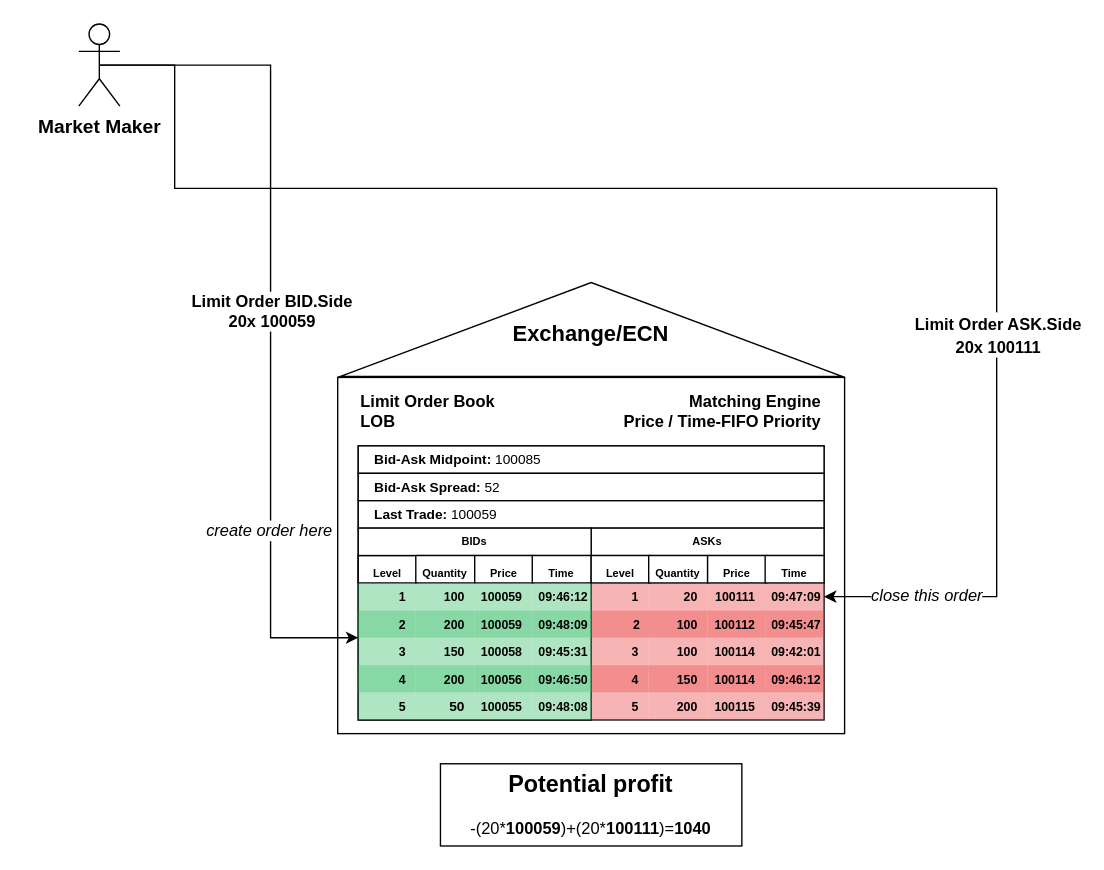
Above: page "Page-4" (4 of 4) of Diagrams/MarketMaker.drawio in phelstab/research-reference-markets-dynamics (draw.io), before the change. Source tidied: cells renumbered, new cells numbered last; positions are measured from the earlier drawing's top-left corner, leaving out a move shared by most shapes. Both pictures are drawn from the tidied source at 137%, with x=0, y=0 at pixel (78, 23).
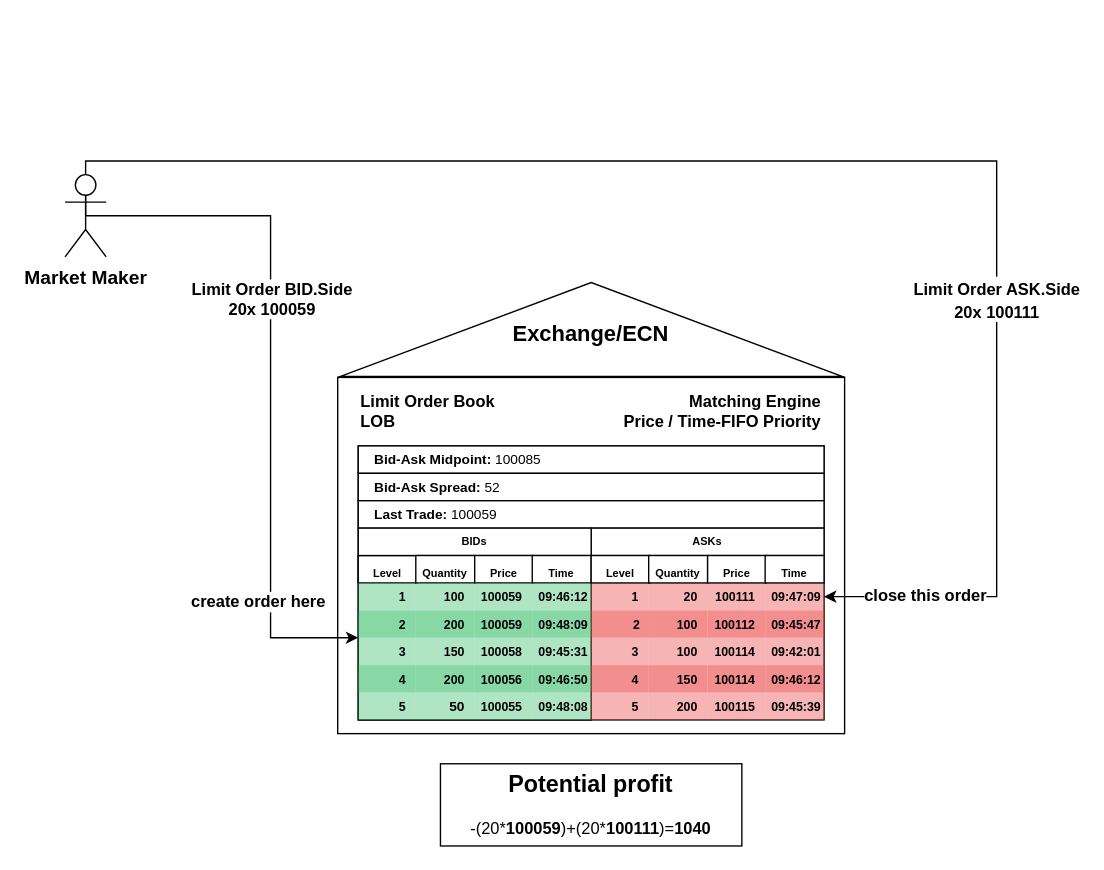
The same page after the edit.

The change refers to these unchanged cells:
```xml
<mxCell id="25" value="&lt;font style=&quot;font-size: 9px;&quot;&gt;3&lt;/font&gt;" style="rounded=0;whiteSpace=wrap;html=1;fontSize=16;labelBackgroundColor=none;fillColor=#37BF69;opacity=40;strokeColor=none;align=right;spacingRight=5;spacingBottom=5;fontStyle=1;" parent="1" vertex="1">
  <mxGeometry x="204" y="448" width="42" height="20" as="geometry" />
</mxCell>
<mxCell id="40" value="&lt;span style=&quot;font-size: 9px;&quot;&gt;09:47:09&lt;/span&gt;" style="rounded=0;whiteSpace=wrap;html=1;fontSize=16;labelBackgroundColor=none;fillColor=#EB4444;opacity=40;strokeColor=none;align=right;spacingRight=0;spacingBottom=5;fontStyle=1;" parent="1" vertex="1">
  <mxGeometry x="501" y="408" width="43" height="20" as="geometry" />
</mxCell>
```

What changed in the source:
```diff
@@
     <mxCell id="62" style="edgeStyle=orthogonalEdgeStyle;rounded=0;jettySize=auto;html=1;exitX=0.5;exitY=0.5;exitDx=0;exitDy=0;exitPerimeter=0;entryX=1;entryY=0.5;entryDx=0;entryDy=0;" parent="1" edge="1" source="68" target="40">
       <mxGeometry relative="1" as="geometry">
         <Array as="points">
-          <mxPoint x="70" y="30" />
-          <mxPoint x="70" y="120" />
-          <mxPoint x="670" y="120" />
+          <mxPoint x="5" y="100" />
+          <mxPoint x="670" y="100" />
           <mxPoint x="670" y="418" />
         </Array>
       </mxGeometry>
     </mxCell>
     <mxCell id="63" value="&lt;span style=&quot;font-size: 12px; font-weight: 700;&quot;&gt;Limit Order ASK.Side&lt;/span&gt;&lt;br style=&quot;font-size: 12px; font-weight: 700;&quot;&gt;&lt;span style=&quot;font-size: 12px; font-weight: 700;&quot;&gt;20x 100111&lt;/span&gt;" style="edgeLabel;html=1;align=center;verticalAlign=middle;fontSize=14;" parent="62" vertex="1">
       <mxGeometry x="0.04" y="1" relative="1" as="geometry">
-        <mxPoint x="137" y="107" as="offset" />
+        <mxPoint x="107" y="101" as="offset" />
       </mxGeometry>
     </mxCell>
-    <mxCell id="64" value="&lt;font style=&quot;font-size: 12px;&quot;&gt;close this order&lt;/font&gt;" style="edgeLabel;html=1;align=center;verticalAlign=middle;fontSize=17;fontStyle=2;" parent="62" vertex="1">
+    <mxCell id="64" value="&lt;font style=&quot;font-size: 12px;&quot;&gt;close this order&lt;/font&gt;" style="edgeLabel;html=1;align=center;verticalAlign=middle;fontSize=17;fontStyle=1;" parent="62" vertex="1">
       <mxGeometry x="0.94" y="-2" relative="1" as="geometry">
         <mxPoint x="39" as="offset" />
       </mxGeometry>
     </mxCell>
     <mxCell id="65" style="endArrow=classic;html=1;rounded=0;entryX=0;entryY=0;entryDx=0;entryDy=0;exitX=0.5;exitY=0.5;exitDx=0;exitDy=0;exitPerimeter=0;" parent="1" edge="1" source="68" target="25">
       <mxGeometry relative="1" as="geometry">
         <Array as="points">
-          <mxPoint x="140" y="30" />
+          <mxPoint x="70" y="140" />
+          <mxPoint x="100" y="140" />
+          <mxPoint x="140" y="140" />
           <mxPoint x="140" y="250" />
           <mxPoint x="140" y="448" />
         </Array>
       </mxGeometry>
     </mxCell>
     <mxCell id="66" value="&lt;span style=&quot;font-size: 12px; font-weight: 700;&quot;&gt;Limit Order BID.Side&lt;/span&gt;&lt;br style=&quot;font-size: 12px; font-weight: 700;&quot;&gt;&lt;span style=&quot;font-size: 12px; font-weight: 700;&quot;&gt;20x 100059&lt;/span&gt;" style="edgeLabel;html=1;align=center;verticalAlign=middle;" parent="65" vertex="1">
       <mxGeometry x="0.1" relative="1" as="geometry">
-        <mxPoint y="-30" as="offset" />
+        <mxPoint y="-84" as="offset" />
       </mxGeometry>
     </mxCell>
-    <mxCell id="67" value="&lt;span style=&quot;font-style: italic;&quot;&gt;create order here&lt;/span&gt;" style="edgeLabel;html=1;align=center;verticalAlign=middle;fontSize=12;" parent="65" vertex="1">
-      <mxGeometry x="0.53" y="-2" relative="1" as="geometry" />
+    <mxCell id="67" value="&lt;span style=&quot;&quot;&gt;create order here&lt;/span&gt;" style="edgeLabel;html=1;align=center;verticalAlign=middle;fontSize=12;fontStyle=1;" parent="65" vertex="1">
+      <mxGeometry x="0.53" y="-2" relative="1" as="geometry">
+        <mxPoint x="-8" y="28" as="offset" />
+      </mxGeometry>
     </mxCell>
     <mxCell id="68" value="Market Maker" style="shape=umlActor;verticalLabelPosition=bottom;verticalAlign=top;html=1;outlineConnect=0;fontStyle=1;fontSize=14;" parent="1" vertex="1">
-      <mxGeometry width="30" height="60" as="geometry" />
+      <mxGeometry x="-10" y="110" width="30" height="60" as="geometry" />
     </mxCell>
```
